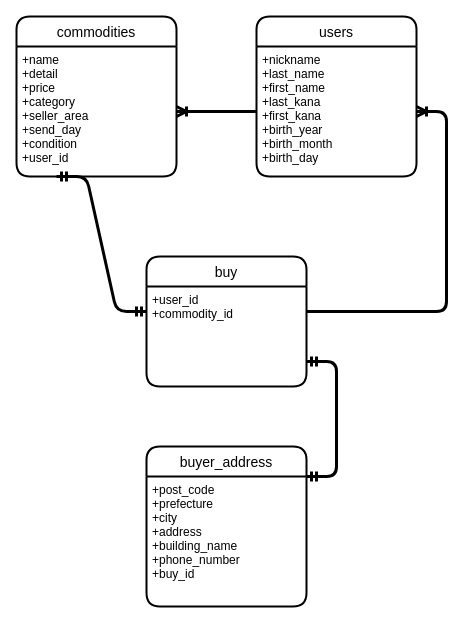
Earlier version of the draw.io diagram er_furima.dio (akitomato/furima-38266). Source tidied: cells renumbered, new cells numbered last; positions are measured from the earlier drawing's top-left corner, leaving out a move shared by most shapes. Both pictures are drawn from the tidied source at 100%, with x=0, y=0 at pixel (16, 16).
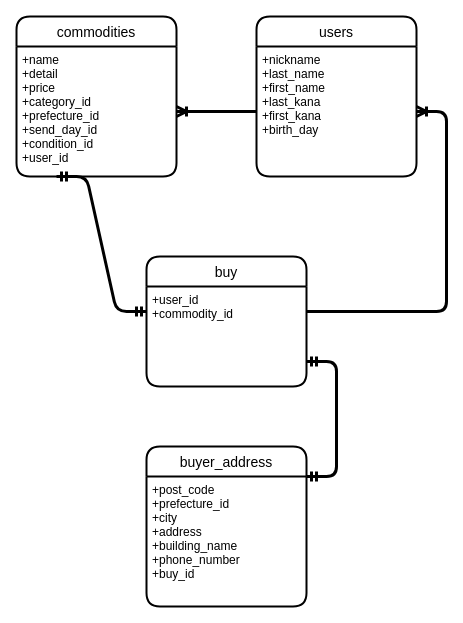
The same diagram, later.

Commit message (it also covers changes not shown here):
データベース設計修正3

The edit, as a diff of the source:
```diff
@@
 <mxGraphModel>
   <root>
     <mxCell id="0" />
     <mxCell id="1" parent="0" />
     <mxCell id="2" value="buy" style="swimlane;horizontal=1;startSize=30;rounded=1;fontSize=14;fontStyle=0;strokeWidth=2;shadow=0;dashed=0;align=center;" parent="1" vertex="1">
       <mxGeometry x="130" y="240" width="160" height="130" as="geometry" />
     </mxCell>
     <mxCell id="3" value="+user_id&#10;+commodity_id" style="align=left;strokeColor=none;fillColor=none;spacingLeft=4;fontSize=12;verticalAlign=top;" parent="2" vertex="1">
       <mxGeometry y="30" width="160" height="100" as="geometry" />
     </mxCell>
     <mxCell id="4" value="commodities" style="swimlane;horizontal=1;startSize=30;rounded=1;fontSize=14;fontStyle=0;strokeWidth=2;shadow=0;dashed=0;align=center;" parent="1" vertex="1">
       <mxGeometry width="160" height="160" as="geometry" />
     </mxCell>
-    <mxCell id="5" value="+name&#10;+detail&#10;+price&#10;+category&#10;+seller_area&#10;+send_day&#10;+condition&#10;+user_id&#10;" style="align=left;strokeColor=none;fillColor=none;spacingLeft=4;fontSize=12;verticalAlign=top;" parent="4" vertex="1">
+    <mxCell id="5" value="+name&#10;+detail&#10;+price&#10;+category_id&#10;+prefecture_id&#10;+send_day_id&#10;+condition_id&#10;+user_id&#10;" style="align=left;strokeColor=none;fillColor=none;spacingLeft=4;fontSize=12;verticalAlign=top;" parent="4" vertex="1">
       <mxGeometry y="30" width="160" height="130" as="geometry" />
     </mxCell>
     <mxCell id="6" value="users" style="swimlane;horizontal=1;startSize=30;rounded=1;fontSize=14;fontStyle=0;strokeWidth=2;shadow=0;dashed=0;align=center;" parent="1" vertex="1">
       <mxGeometry x="240" width="160" height="160" as="geometry" />
     </mxCell>
-    <mxCell id="7" value="+nickname&#10;+last_name&#10;+first_name&#10;+last_kana&#10;+first_kana&#10;+birth_year&#10;+birth_month&#10;+birth_day" style="align=left;strokeColor=none;fillColor=none;spacingLeft=4;fontSize=12;verticalAlign=top;" parent="6" vertex="1">
+    <mxCell id="7" value="+nickname&#10;+last_name&#10;+first_name&#10;+last_kana&#10;+first_kana&#10;+birth_day" style="align=left;strokeColor=none;fillColor=none;spacingLeft=4;fontSize=12;verticalAlign=top;" parent="6" vertex="1">
       <mxGeometry y="30" width="160" height="130" as="geometry" />
     </mxCell>
     <mxCell id="8" value="buyer_address" style="swimlane;horizontal=1;startSize=30;rounded=1;fontSize=14;fontStyle=0;strokeWidth=2;shadow=0;dashed=0;align=center;" parent="1" vertex="1">
       <mxGeometry x="130" y="430" width="160" height="160" as="geometry" />
     </mxCell>
-    <mxCell id="9" value="+post_code&#10;+prefecture&#10;+city&#10;+address&#10;+building_name&#10;+phone_number&#10;+buy_id" style="align=left;strokeColor=none;fillColor=none;spacingLeft=4;fontSize=12;verticalAlign=top;" parent="8" vertex="1">
+    <mxCell id="9" value="+post_code&#10;+prefecture_id&#10;+city&#10;+address&#10;+building_name&#10;+phone_number&#10;+buy_id" style="align=left;strokeColor=none;fillColor=none;spacingLeft=4;fontSize=12;verticalAlign=top;" parent="8" vertex="1">
       <mxGeometry y="30" width="160" height="130" as="geometry" />
     </mxCell>
     <mxCell id="10" style="edgeStyle=entityRelationEdgeStyle;fontSize=12;html=1;endArrow=ERoneToMany;strokeWidth=3;exitX=0;exitY=0.5;exitDx=0;exitDy=0;" parent="1" edge="1" source="7" target="5">
       <mxGeometry relative="1" as="geometry" />
     </mxCell>
     <mxCell id="11" style="edgeStyle=entityRelationEdgeStyle;fontSize=12;html=1;endArrow=ERmandOne;startArrow=ERmandOne;strokeWidth=3;entryX=1;entryY=0.75;entryDx=0;entryDy=0;exitX=1;exitY=0;exitDx=0;exitDy=0;" parent="1" edge="1" source="9" target="3">
       <mxGeometry relative="1" as="geometry" />
     </mxCell>
     <mxCell id="12" style="edgeStyle=entityRelationEdgeStyle;fontSize=12;html=1;endArrow=ERmandOne;startArrow=ERmandOne;strokeWidth=3;exitX=0.25;exitY=1;exitDx=0;exitDy=0;entryX=0;entryY=0.25;entryDx=0;entryDy=0;" parent="1" edge="1" source="5" target="3">
       <mxGeometry relative="1" as="geometry" />
     </mxCell>
     <mxCell id="13" style="edgeStyle=none;html=1;fontSize=20;strokeWidth=3;" parent="1" edge="1">
       <mxGeometry relative="1" as="geometry">
         <mxPoint x="400" y="315" as="sourcePoint" />
         <mxPoint x="400" y="315" as="targetPoint" />
       </mxGeometry>
     </mxCell>
     <mxCell id="14" style="edgeStyle=entityRelationEdgeStyle;fontSize=12;html=1;endArrow=ERoneToMany;strokeWidth=3;exitX=1;exitY=0.25;exitDx=0;exitDy=0;" parent="1" edge="1" source="3" target="7">
       <mxGeometry relative="1" as="geometry">
         <Array as="points">
           <mxPoint x="440" y="300" />
         </Array>
       </mxGeometry>
     </mxCell>
   </root>
 </mxGraphModel>
```
